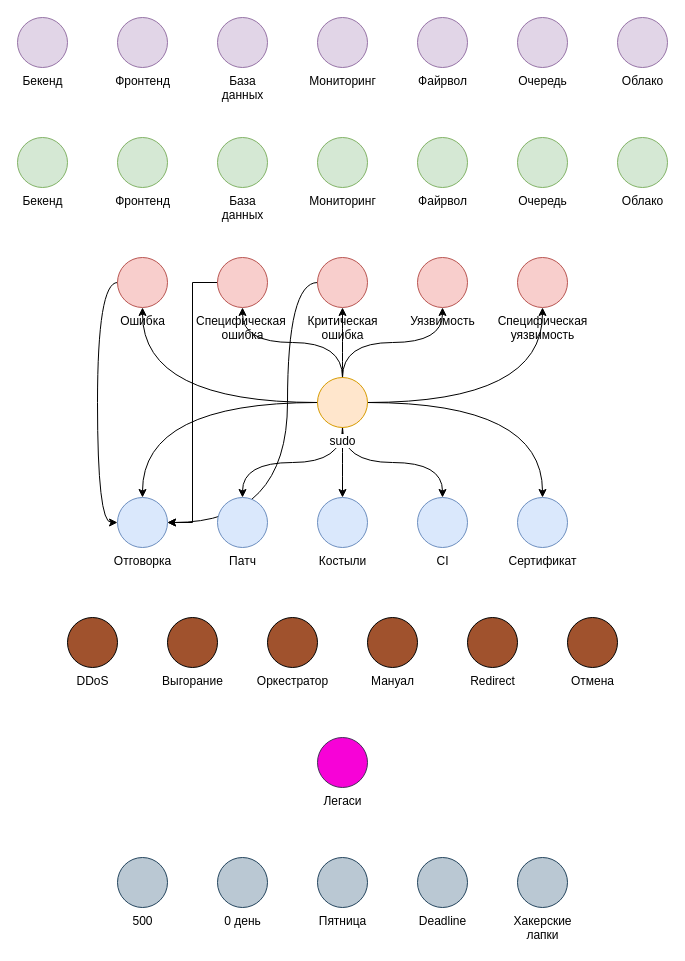
Above: ru/schema-sources/cards.drawio in sobolevn/ship-it-boardgame (draw.io), before the change. Source tidied: cells renumbered, new cells numbered last; positions are measured from the earlier drawing's top-left corner, leaving out a move shared by most shapes. Both pictures are drawn from the tidied source at 100%, with x=0, y=0 at pixel (17, 17).
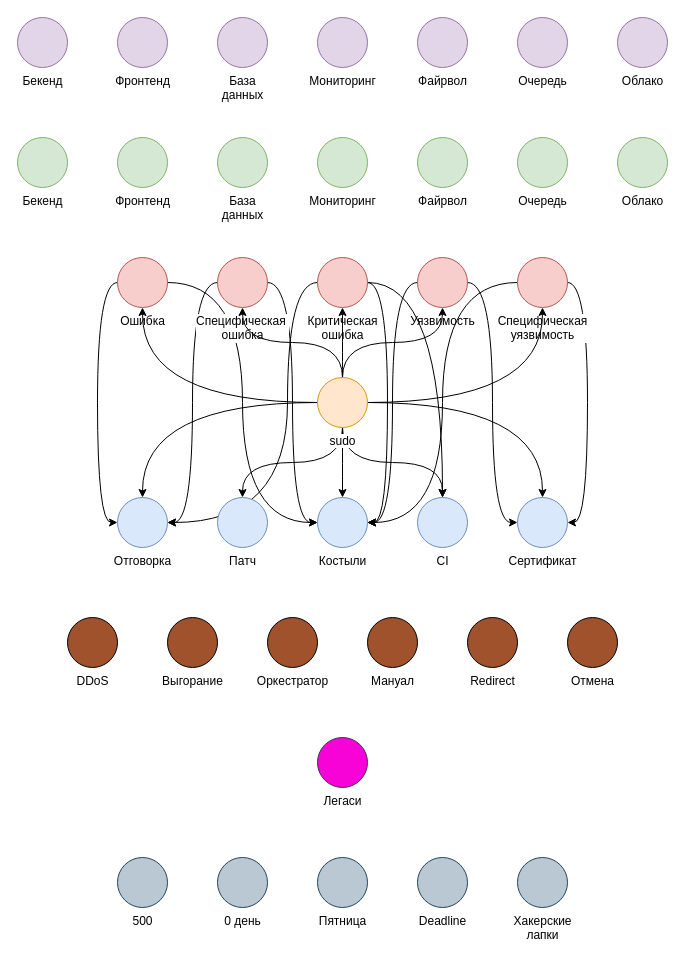
The same page after the edit.

Unchanged cells that the change refers to:
```xml
<mxCell id="3" value="Ошибка" style="shape=mxgraph.bpmn.shape;html=1;verticalLabelPosition=bottom;labelBackgroundColor=#ffffff;verticalAlign=top;perimeter=ellipsePerimeter;outline=standard;symbol=general;fillColor=#f8cecc;strokeColor=#b85450;" parent="1" vertex="1">
  <mxGeometry x="100" y="240" width="50" height="50" as="geometry" />
</mxCell>
<mxCell id="4" value="Уязвимость" style="shape=mxgraph.bpmn.shape;html=1;verticalLabelPosition=bottom;labelBackgroundColor=#ffffff;verticalAlign=top;perimeter=ellipsePerimeter;outline=standard;symbol=general;fillColor=#f8cecc;strokeColor=#b85450;" parent="1" vertex="1">
  <mxGeometry x="400" y="240" width="50" height="50" as="geometry" />
</mxCell>
<mxCell id="6" value="&lt;div&gt;Специфическая&amp;nbsp;&lt;/div&gt;&lt;div&gt;ошибка&lt;/div&gt;" style="shape=mxgraph.bpmn.shape;html=1;verticalLabelPosition=bottom;labelBackgroundColor=#ffffff;verticalAlign=top;perimeter=ellipsePerimeter;outline=standard;symbol=general;fillColor=#f8cecc;strokeColor=#b85450;" parent="1" vertex="1">
  <mxGeometry x="200" y="240" width="50" height="50" as="geometry" />
</mxCell>
<mxCell id="8" value="Критическая &lt;br&gt;ошибка" style="shape=mxgraph.bpmn.shape;html=1;verticalLabelPosition=bottom;labelBackgroundColor=#ffffff;verticalAlign=top;perimeter=ellipsePerimeter;outline=standard;symbol=general;fillColor=#f8cecc;strokeColor=#b85450;" parent="1" vertex="1">
  <mxGeometry x="300" y="240" width="50" height="50" as="geometry" />
</mxCell>
<mxCell id="9" value="Специфическая &lt;br&gt;уязвимость" style="shape=mxgraph.bpmn.shape;html=1;verticalLabelPosition=bottom;labelBackgroundColor=#ffffff;verticalAlign=top;perimeter=ellipsePerimeter;outline=standard;symbol=general;fillColor=#f8cecc;strokeColor=#b85450;" parent="1" vertex="1">
  <mxGeometry x="500" y="240" width="50" height="50" as="geometry" />
</mxCell>
<mxCell id="10" value="Отговорка" style="shape=mxgraph.bpmn.shape;html=1;verticalLabelPosition=bottom;labelBackgroundColor=#ffffff;verticalAlign=top;perimeter=ellipsePerimeter;outline=standard;symbol=general;fillColor=#dae8fc;strokeColor=#6c8ebf;" parent="1" vertex="1">
  <mxGeometry x="100" y="480" width="50" height="50" as="geometry" />
</mxCell>
<mxCell id="11" value="CI" style="shape=mxgraph.bpmn.shape;html=1;verticalLabelPosition=bottom;labelBackgroundColor=#ffffff;verticalAlign=top;perimeter=ellipsePerimeter;outline=standard;symbol=general;fillColor=#dae8fc;strokeColor=#6c8ebf;" parent="1" vertex="1">
  <mxGeometry x="400" y="480" width="50" height="50" as="geometry" />
</mxCell>
<mxCell id="13" value="Костыли" style="shape=mxgraph.bpmn.shape;html=1;verticalLabelPosition=bottom;labelBackgroundColor=#ffffff;verticalAlign=top;perimeter=ellipsePerimeter;outline=standard;symbol=general;fillColor=#dae8fc;strokeColor=#6c8ebf;" parent="1" vertex="1">
  <mxGeometry x="300" y="480" width="50" height="50" as="geometry" />
</mxCell>
<mxCell id="14" value="Сертификат" style="shape=mxgraph.bpmn.shape;html=1;verticalLabelPosition=bottom;labelBackgroundColor=#ffffff;verticalAlign=top;perimeter=ellipsePerimeter;outline=standard;symbol=general;fillColor=#dae8fc;strokeColor=#6c8ebf;" parent="1" vertex="1">
  <mxGeometry x="500" y="480" width="50" height="50" as="geometry" />
</mxCell>
```

Change to the diagram source:
```diff
@@
+    <mxCell id="52" style="edgeStyle=orthogonalEdgeStyle;rounded=0;jettySize=auto;html=1;exitX=1;exitY=0.5;exitDx=0;exitDy=0;entryX=0;entryY=0.5;entryDx=0;entryDy=0;curved=1;" parent="1" edge="1" source="3" target="13">
+      <mxGeometry relative="1" as="geometry" />
+    </mxCell>
@@
+    <mxCell id="53" style="edgeStyle=orthogonalEdgeStyle;rounded=0;jettySize=auto;html=1;exitX=0;exitY=0.5;exitDx=0;exitDy=0;entryX=1;entryY=0.5;entryDx=0;entryDy=0;curved=1;" parent="1" edge="1" source="4" target="13">
+      <mxGeometry relative="1" as="geometry" />
+    </mxCell>
+    <mxCell id="54" style="edgeStyle=orthogonalEdgeStyle;rounded=0;jettySize=auto;html=1;exitX=1;exitY=0.5;exitDx=0;exitDy=0;entryX=0;entryY=0.5;entryDx=0;entryDy=0;curved=1;" parent="1" edge="1" source="4" target="14">
+      <mxGeometry relative="1" as="geometry" />
+    </mxCell>
@@
-    <mxCell id="5" style="edgeStyle=orthogonalEdgeStyle;rounded=0;jettySize=auto;html=1;exitX=0;exitY=0.5;exitDx=0;exitDy=0;entryX=1;entryY=0.5;entryDx=0;entryDy=0;" parent="1" edge="1" source="6" target="10">
+    <mxCell id="5" style="edgeStyle=orthogonalEdgeStyle;rounded=0;jettySize=auto;html=1;exitX=0;exitY=0.5;exitDx=0;exitDy=0;entryX=1;entryY=0.5;entryDx=0;entryDy=0;curved=1;" parent="1" edge="1" source="6" target="10">
       <mxGeometry relative="1" as="geometry" />
     </mxCell>
+    <mxCell id="55" style="edgeStyle=orthogonalEdgeStyle;rounded=0;jettySize=auto;html=1;exitX=1;exitY=0.5;exitDx=0;exitDy=0;entryX=0;entryY=0.5;entryDx=0;entryDy=0;curved=1;" parent="1" edge="1" source="6" target="13">
+      <mxGeometry relative="1" as="geometry" />
+    </mxCell>
@@
+    <mxCell id="56" style="edgeStyle=orthogonalEdgeStyle;rounded=0;jettySize=auto;html=1;exitX=1;exitY=0.5;exitDx=0;exitDy=0;entryX=0.5;entryY=0;entryDx=0;entryDy=0;curved=1;" parent="1" edge="1" source="8" target="11">
+      <mxGeometry relative="1" as="geometry" />
+    </mxCell>
+    <mxCell id="57" style="edgeStyle=orthogonalEdgeStyle;rounded=0;jettySize=auto;html=1;exitX=1;exitY=0.5;exitDx=0;exitDy=0;entryX=1;entryY=0.5;entryDx=0;entryDy=0;curved=1;" parent="1" edge="1" source="8" target="13">
+      <mxGeometry relative="1" as="geometry" />
+    </mxCell>
@@
+    <mxCell id="58" style="edgeStyle=orthogonalEdgeStyle;rounded=0;jettySize=auto;html=1;exitX=0;exitY=0.5;exitDx=0;exitDy=0;entryX=1;entryY=0.5;entryDx=0;entryDy=0;curved=1;" parent="1" edge="1" source="9" target="13">
+      <mxGeometry relative="1" as="geometry" />
+    </mxCell>
+    <mxCell id="59" style="edgeStyle=orthogonalEdgeStyle;rounded=0;jettySize=auto;html=1;exitX=1;exitY=0.5;exitDx=0;exitDy=0;entryX=1;entryY=0.5;entryDx=0;entryDy=0;curved=1;" parent="1" edge="1" source="9" target="14">
+      <mxGeometry relative="1" as="geometry" />
+    </mxCell>
```
